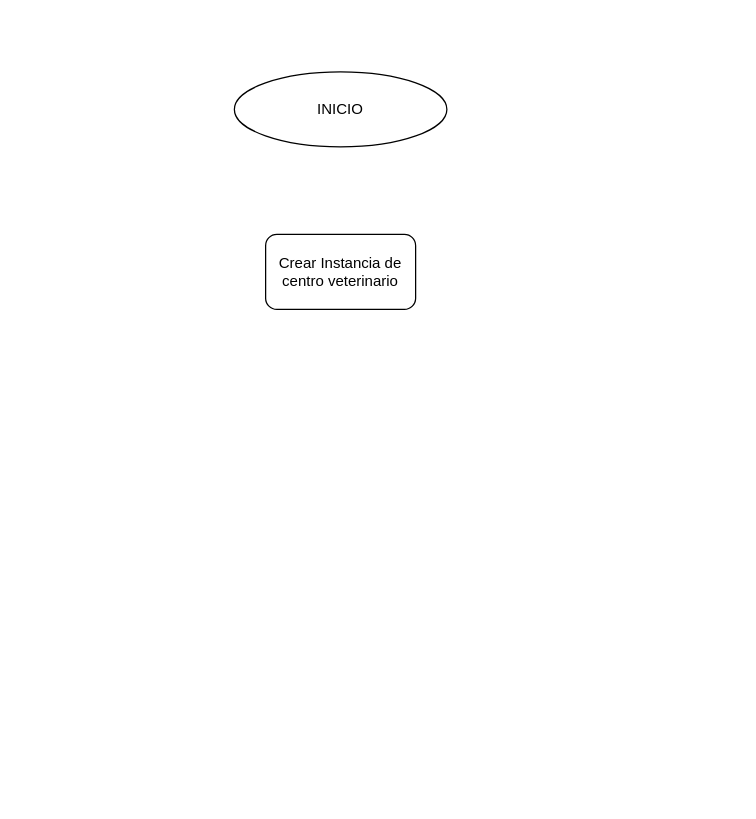
Earlier version of the draw.io diagram page "Diagrama de Actividades" (2 of 2) of CentroVeterinario.drawio (Rodrigo-0407/Centro-veterinario). Source tidied: cells renumbered, new cells numbered last; positions are measured from the earlier drawing's top-left corner, leaving out a move shared by most shapes. Both pictures are drawn from the tidied source at 125%, with x=0, y=0 at pixel (234, 71).
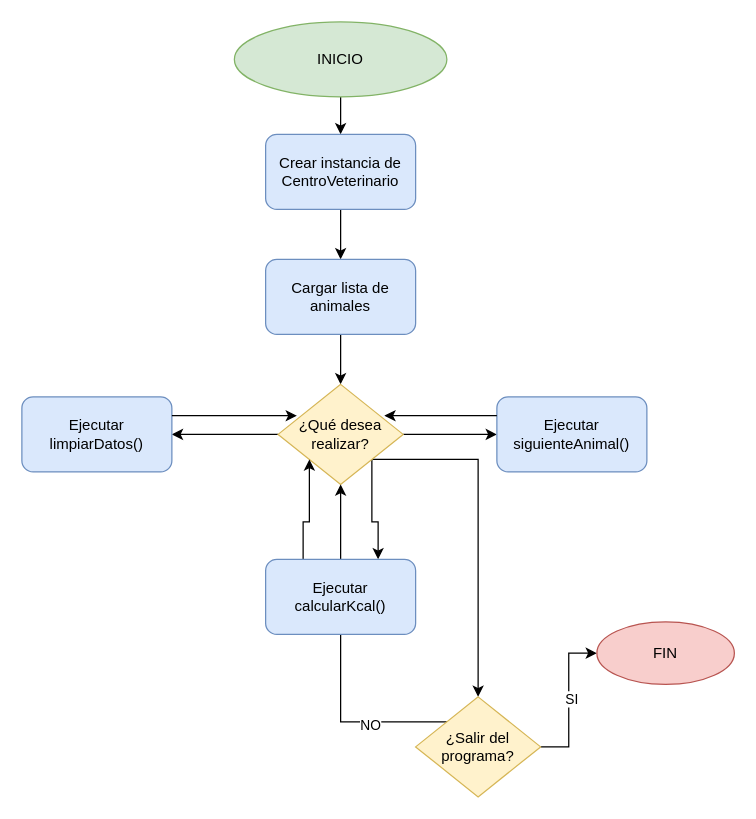
After the change.

What changed in the source:
```diff
@@
+    <mxCell id="4" style="edgeStyle=orthogonalEdgeStyle;rounded=0;jettySize=auto;html=1;exitX=0.5;exitY=1;exitDx=0;exitDy=0;entryX=0.5;entryY=0;entryDx=0;entryDy=0;" parent="1" edge="1" source="2" target="3">
+      <mxGeometry relative="1" as="geometry" />
+    </mxCell>
-    <mxCell id="2" value="INICIO" style="ellipse;whiteSpace=wrap;html=1;" parent="1" vertex="1">
-      <mxGeometry width="170" height="60" as="geometry" />
+    <mxCell id="2" value="INICIO" style="ellipse;whiteSpace=wrap;html=1;fillColor=#d5e8d4;strokeColor=#82b366;" parent="1" vertex="1">
+      <mxGeometry y="-40" width="170" height="60" as="geometry" />
     </mxCell>
+    <mxCell id="5" style="edgeStyle=orthogonalEdgeStyle;rounded=0;jettySize=auto;html=1;exitX=0.5;exitY=1;exitDx=0;exitDy=0;entryX=0.5;entryY=0;entryDx=0;entryDy=0;" parent="1" edge="1" source="3" target="7">
+      <mxGeometry relative="1" as="geometry" />
+    </mxCell>
-    <mxCell id="3" value="Crear Instancia de centro veterinario" style="rounded=1;whiteSpace=wrap;html=1;" parent="1" vertex="1">
-      <mxGeometry x="25" y="130" width="120" height="60" as="geometry" />
+    <mxCell id="3" value="Crear instancia de CentroVeterinario" style="rounded=1;whiteSpace=wrap;html=1;fillColor=#dae8fc;strokeColor=#6c8ebf;" parent="1" vertex="1">
+      <mxGeometry x="25" y="50" width="120" height="60" as="geometry" />
     </mxCell>
+    <mxCell id="6" style="edgeStyle=orthogonalEdgeStyle;rounded=0;jettySize=auto;html=1;exitX=0.5;exitY=1;exitDx=0;exitDy=0;" parent="1" edge="1" source="7" target="12">
+      <mxGeometry relative="1" as="geometry" />
+    </mxCell>
+    <mxCell id="7" value="Cargar lista de animales" style="rounded=1;whiteSpace=wrap;html=1;fillColor=#dae8fc;strokeColor=#6c8ebf;" parent="1" vertex="1">
+      <mxGeometry x="25" y="150" width="120" height="60" as="geometry" />
+    </mxCell>
+    <mxCell id="8" style="edgeStyle=orthogonalEdgeStyle;rounded=0;jettySize=auto;html=1;exitX=1;exitY=0.5;exitDx=0;exitDy=0;entryX=0;entryY=0.5;entryDx=0;entryDy=0;" parent="1" edge="1" source="12" target="13">
+      <mxGeometry relative="1" as="geometry" />
+    </mxCell>
+    <mxCell id="9" style="edgeStyle=orthogonalEdgeStyle;rounded=0;jettySize=auto;html=1;exitX=0;exitY=0.5;exitDx=0;exitDy=0;entryX=1;entryY=0.5;entryDx=0;entryDy=0;" parent="1" edge="1" source="12" target="15">
+      <mxGeometry relative="1" as="geometry" />
+    </mxCell>
+    <mxCell id="10" style="edgeStyle=orthogonalEdgeStyle;rounded=0;jettySize=auto;html=1;exitX=1;exitY=1;exitDx=0;exitDy=0;entryX=0.75;entryY=0;entryDx=0;entryDy=0;" parent="1" edge="1" source="12" target="23">
+      <mxGeometry relative="1" as="geometry" />
+    </mxCell>
+    <mxCell id="11" style="edgeStyle=orthogonalEdgeStyle;rounded=0;jettySize=auto;html=1;exitX=1;exitY=1;exitDx=0;exitDy=0;entryX=0.5;entryY=0;entryDx=0;entryDy=0;" parent="1" edge="1" source="12" target="22">
+      <mxGeometry relative="1" as="geometry" />
+    </mxCell>
+    <mxCell id="12" value="¿Qué desea realizar?" style="rhombus;whiteSpace=wrap;html=1;fillColor=#fff2cc;strokeColor=#d6b656;" parent="1" vertex="1">
+      <mxGeometry x="35" y="250" width="100" height="80" as="geometry" />
+    </mxCell>
+    <mxCell id="13" value="Ejecutar siguienteAnimal()" style="rounded=1;whiteSpace=wrap;html=1;fillColor=#dae8fc;strokeColor=#6c8ebf;" parent="1" vertex="1">
+      <mxGeometry x="210" y="260" width="120" height="60" as="geometry" />
+    </mxCell>
+    <mxCell id="14" style="edgeStyle=orthogonalEdgeStyle;rounded=0;jettySize=auto;html=1;exitX=0.25;exitY=0;exitDx=0;exitDy=0;entryX=0;entryY=1;entryDx=0;entryDy=0;" parent="1" edge="1" source="23" target="12">
+      <mxGeometry relative="1" as="geometry" />
+    </mxCell>
+    <mxCell id="15" value="&lt;div&gt;Ejecutar limpiarDatos()&lt;/div&gt;" style="rounded=1;whiteSpace=wrap;html=1;fillColor=#dae8fc;strokeColor=#6c8ebf;" parent="1" vertex="1">
+      <mxGeometry x="-170" y="260" width="120" height="60" as="geometry" />
+    </mxCell>
+    <mxCell id="16" style="edgeStyle=orthogonalEdgeStyle;rounded=0;jettySize=auto;html=1;exitX=0;exitY=0.25;exitDx=0;exitDy=0;entryX=0.85;entryY=0.313;entryDx=0;entryDy=0;entryPerimeter=0;" parent="1" edge="1" source="13" target="12">
+      <mxGeometry relative="1" as="geometry" />
+    </mxCell>
+    <mxCell id="17" style="edgeStyle=orthogonalEdgeStyle;rounded=0;jettySize=auto;html=1;exitX=1;exitY=0.25;exitDx=0;exitDy=0;entryX=0.15;entryY=0.313;entryDx=0;entryDy=0;entryPerimeter=0;" parent="1" edge="1" source="15" target="12">
+      <mxGeometry relative="1" as="geometry" />
+    </mxCell>
+    <mxCell id="18" style="edgeStyle=orthogonalEdgeStyle;rounded=0;jettySize=auto;html=1;exitX=1;exitY=0.5;exitDx=0;exitDy=0;entryX=0;entryY=0.5;entryDx=0;entryDy=0;" parent="1" edge="1" source="22" target="24">
+      <mxGeometry relative="1" as="geometry" />
+    </mxCell>
+    <mxCell id="19" value="SI" style="edgeLabel;html=1;align=center;verticalAlign=middle;" parent="18" vertex="1">
+      <mxGeometry x="0.01" y="-4" relative="1" as="geometry">
+        <mxPoint x="-2" as="offset" />
+      </mxGeometry>
+    </mxCell>
+    <mxCell id="20" style="edgeStyle=orthogonalEdgeStyle;rounded=0;jettySize=auto;html=1;exitX=0;exitY=0;exitDx=0;exitDy=0;entryX=0.5;entryY=1;entryDx=0;entryDy=0;" parent="1" edge="1" source="22" target="12">
+      <mxGeometry relative="1" as="geometry" />
+    </mxCell>
+    <mxCell id="21" value="NO" style="edgeLabel;html=1;align=center;verticalAlign=middle;" parent="20" vertex="1">
+      <mxGeometry x="-0.55" y="2" relative="1" as="geometry" />
+    </mxCell>
+    <mxCell id="22" value="¿Salir del programa?" style="rhombus;whiteSpace=wrap;html=1;fillColor=#fff2cc;strokeColor=#d6b656;" parent="1" vertex="1">
+      <mxGeometry x="145" y="500" width="100" height="80" as="geometry" />
+    </mxCell>
+    <mxCell id="23" value="&lt;div&gt;Ejecutar calcularKcal()&lt;/div&gt;" style="rounded=1;whiteSpace=wrap;html=1;fillColor=#dae8fc;strokeColor=#6c8ebf;" parent="1" vertex="1">
+      <mxGeometry x="25" y="390" width="120" height="60" as="geometry" />
+    </mxCell>
+    <mxCell id="24" value="FIN" style="ellipse;whiteSpace=wrap;html=1;fillColor=#f8cecc;strokeColor=#b85450;" parent="1" vertex="1">
+      <mxGeometry x="290" y="440" width="110" height="50" as="geometry" />
+    </mxCell>
```
